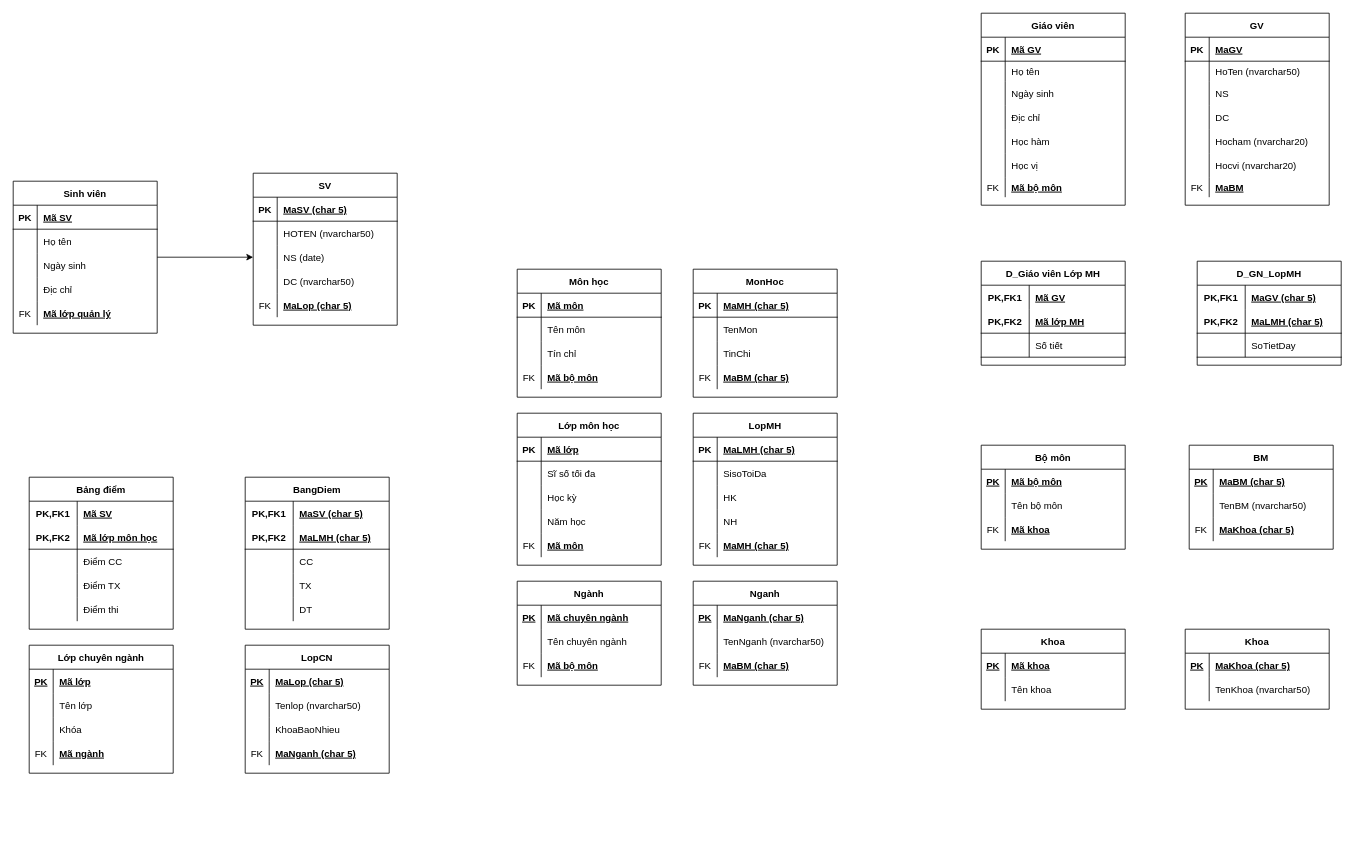
This is page "Page-3" (3 of 6) of ER-RE.drawio from VuDucNamvdn/NamSDL, a draw.io file, before an edit. Source tidied: cells renumbered, new cells numbered last; positions are measured from the earlier drawing's top-left corner, leaving out a move shared by most shapes. Both pictures are drawn from the tidied source at 80%, with x=0, y=0 at pixel (13, 13).
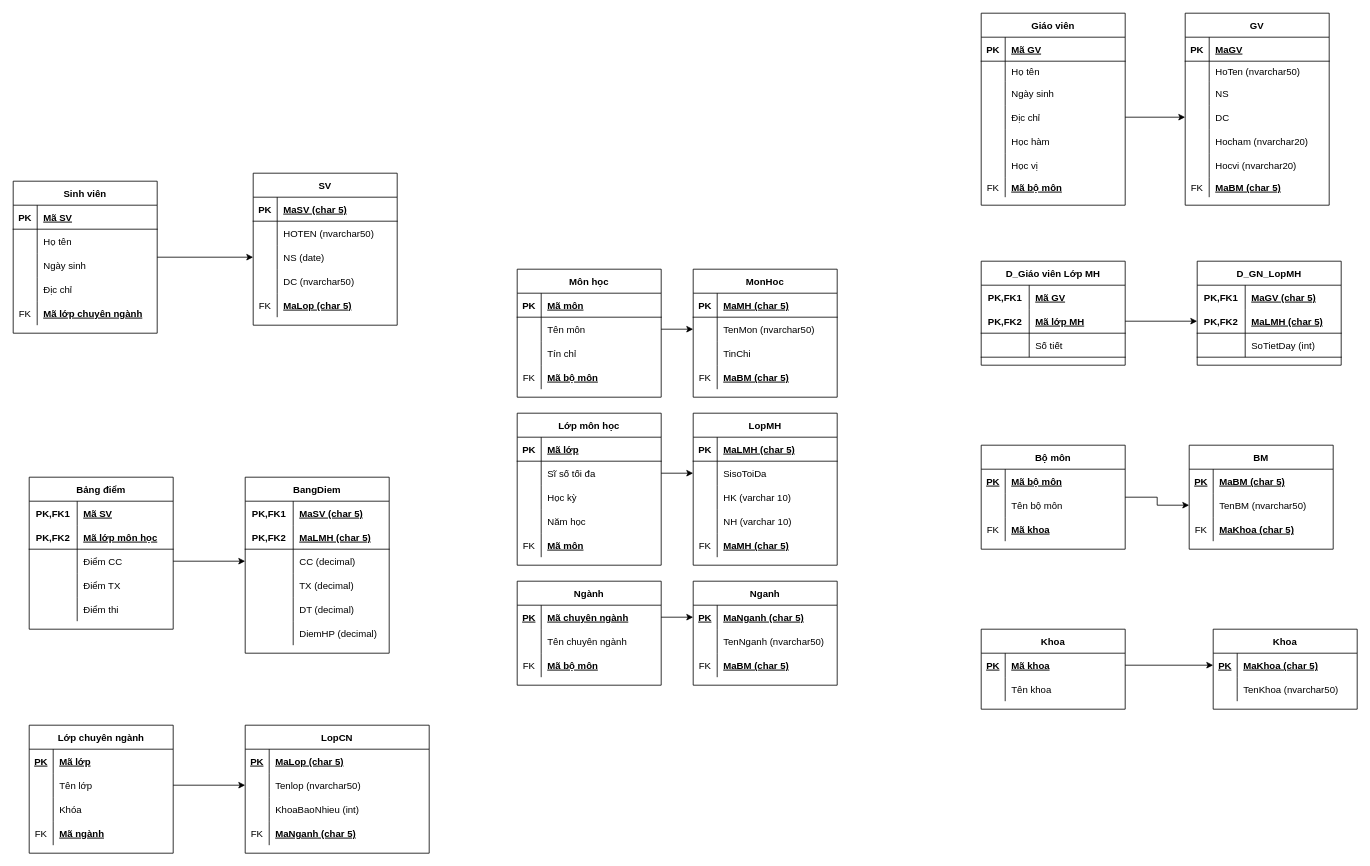
The same page after the edit.

The change refers to these unchanged cells:
```xml
<mxCell id="16" style="shape=partialRectangle;fillColor=none;top=0;left=0;bottom=0;right=0;" parent="3" vertex="1">
  <mxGeometry y="150" width="180" height="30" as="geometry" />
</mxCell>
<mxCell id="26" style="shape=partialRectangle;fillColor=none;top=0;left=0;bottom=0;right=0;points=[[0,0.5],[1,0.5]];portConstraint=eastwest;" parent="19" vertex="1">
  <mxGeometry y="90" width="180" height="30" as="geometry" />
</mxCell>
<mxCell id="39" style="shape=partialRectangle;fillColor=none;top=0;left=0;bottom=0;right=0;points=[[0,0.5],[1,0.5]];portConstraint=eastwest;" parent="35" vertex="1">
  <mxGeometry y="60" width="180" height="30" as="geometry" />
</mxCell>
<mxCell id="61" style="shape=partialRectangle;fillColor=none;top=0;left=0;bottom=0;right=0;points=[[0,0.5],[1,0.5]];portConstraint=eastwest;" parent="51" vertex="1">
  <mxGeometry y="115" width="180" height="30" as="geometry" />
</mxCell>
<mxCell id="77" style="shape=partialRectangle;fillColor=none;top=0;left=0;bottom=0;right=0;points=[[0,0.5],[1,0.5]];portConstraint=eastwest;" parent="73" vertex="1">
  <mxGeometry y="60" width="180" height="30" as="geometry" />
</mxCell>
<mxCell id="90" style="shape=partialRectangle;fillColor=none;top=0;left=0;bottom=1;right=0;points=[[0,0.5],[1,0.5]];portConstraint=eastwest;" parent="86" vertex="1">
  <mxGeometry y="60" width="180" height="30" as="geometry" />
</mxCell>
<mxCell id="96" value="Bộ môn" style="shape=table;startSize=30;childLayout=tableLayout;rowLines=0;fontStyle=1;align=center;" parent="1" vertex="1">
  <mxGeometry x="1210" y="540" width="180" height="130" as="geometry" />
</mxCell>
<mxCell id="107" style="shape=partialRectangle;fillColor=none;top=0;left=0;bottom=0;right=0;points=[[0,0.5],[1,0.5]];portConstraint=eastwest;" parent="106" vertex="1">
  <mxGeometry y="30" width="180" height="30" as="geometry" />
</mxCell>
<mxCell id="114" style="shape=partialRectangle;fillColor=none;top=0;left=0;bottom=0;right=0;points=[[0,0.5],[1,0.5]];portConstraint=eastwest;" parent="113" vertex="1">
  <mxGeometry y="30" width="180" height="30" as="geometry" />
</mxCell>
<mxCell id="127" style="shape=partialRectangle;fillColor=none;top=0;left=0;bottom=0;right=0;points=[[0,0.5],[1,0.5]];portConstraint=eastwest;" parent="123" vertex="1">
  <mxGeometry y="60" width="180" height="30" as="geometry" />
</mxCell>
<mxCell id="159" style="shape=partialRectangle;fillColor=none;top=0;left=0;bottom=0;right=0;points=[[0,0.5],[1,0.5]];portConstraint=eastwest;" parent="152" vertex="1">
  <mxGeometry y="90" width="180" height="30" as="geometry" />
</mxCell>
<mxCell id="162" style="shape=partialRectangle;fillColor=none;top=0;left=0;bottom=0;right=0;" parent="152" vertex="1">
  <mxGeometry y="120" width="180" height="30" as="geometry" />
</mxCell>
<mxCell id="165" style="shape=partialRectangle;fillColor=none;top=0;left=0;bottom=0;right=0;" parent="152" vertex="1">
  <mxGeometry y="150" width="180" height="30" as="geometry" />
</mxCell>
<mxCell id="185" style="shape=partialRectangle;fillColor=none;top=0;left=0;bottom=0;right=0;points=[[0,0.5],[1,0.5]];portConstraint=eastwest;" parent="181" vertex="1">
  <mxGeometry y="60" width="180" height="30" as="geometry" />
</mxCell>
<mxCell id="198" style="shape=partialRectangle;fillColor=none;top=0;left=0;bottom=0;right=0;points=[[0,0.5],[1,0.5]];portConstraint=eastwest;" parent="194" vertex="1">
  <mxGeometry y="60" width="180" height="30" as="geometry" />
</mxCell>
<mxCell id="201" style="shape=partialRectangle;fillColor=none;top=0;left=0;bottom=0;right=0;" parent="194" vertex="1">
  <mxGeometry y="90" width="180" height="30" as="geometry" />
</mxCell>
<mxCell id="204" style="shape=partialRectangle;fillColor=none;top=0;left=0;bottom=0;right=0;" parent="194" vertex="1">
  <mxGeometry y="120" width="180" height="30" as="geometry" />
</mxCell>
<mxCell id="211" style="shape=partialRectangle;fillColor=none;top=0;left=0;bottom=0;right=0;points=[[0,0.5],[1,0.5]];portConstraint=eastwest;" parent="210" vertex="1">
  <mxGeometry y="30" width="180" height="30" as="geometry" />
</mxCell>
<mxCell id="230" style="shape=partialRectangle;fillColor=none;top=0;left=0;bottom=0;right=0;points=[[0,0.5],[1,0.5]];portConstraint=eastwest;" parent="220" vertex="1">
  <mxGeometry y="115" width="180" height="30" as="geometry" />
</mxCell>
<mxCell id="239" style="shape=partialRectangle;fillColor=none;top=0;left=0;bottom=0;right=0;" parent="220" vertex="1">
  <mxGeometry y="205" width="180" height="25" as="geometry" />
</mxCell>
<mxCell id="246" style="shape=partialRectangle;fillColor=none;top=0;left=0;bottom=1;right=0;points=[[0,0.5],[1,0.5]];portConstraint=eastwest;" parent="242" vertex="1">
  <mxGeometry y="60" width="180" height="30" as="geometry" />
</mxCell>
<mxCell id="249" style="shape=partialRectangle;fillColor=none;top=0;left=0;bottom=1;right=0;" parent="242" vertex="1">
  <mxGeometry y="90" width="180" height="30" as="geometry" />
</mxCell>
<mxCell id="256" style="shape=partialRectangle;fillColor=none;top=0;left=0;bottom=0;right=0;points=[[0,0.5],[1,0.5]];portConstraint=eastwest;" parent="252" vertex="1">
  <mxGeometry y="60" width="180" height="30" as="geometry" />
</mxCell>
<mxCell id="263" style="shape=partialRectangle;fillColor=none;top=0;left=0;bottom=0;right=0;points=[[0,0.5],[1,0.5]];portConstraint=eastwest;" parent="262" vertex="1">
  <mxGeometry y="30" width="180" height="30" as="geometry" />
</mxCell>
```

Diff of the diagram source:
```diff
@@
-    <mxCell id="18" value="Mã lớp quản lý" style="shape=partialRectangle;fillColor=none;top=0;left=0;bottom=0;right=0;align=left;spacingLeft=6;overflow=hidden;fontStyle=5;" parent="16" vertex="1">
+    <mxCell id="18" value="Mã lớp chuyên ngành" style="shape=partialRectangle;fillColor=none;top=0;left=0;bottom=0;right=0;align=left;spacingLeft=6;overflow=hidden;fontStyle=5;" parent="16" vertex="1">
       <mxGeometry x="30" width="150" height="30" as="geometry" />
     </mxCell>
@@
+    <mxCell id="269" style="edgeStyle=orthogonalEdgeStyle;rounded=0;jettySize=auto;html=1;exitX=1;exitY=0.5;exitDx=0;exitDy=0;entryX=0;entryY=0.5;entryDx=0;entryDy=0;" parent="1" edge="1" source="96" target="256">
+      <mxGeometry relative="1" as="geometry" />
+    </mxCell>
@@
+    <mxCell id="270" style="edgeStyle=orthogonalEdgeStyle;rounded=0;jettySize=auto;html=1;exitX=1;exitY=0.5;exitDx=0;exitDy=0;entryX=0;entryY=0.5;entryDx=0;entryDy=0;" parent="1" edge="1" source="107" target="263">
+      <mxGeometry relative="1" as="geometry" />
+    </mxCell>
@@
     <mxCell id="123" value="Lớp chuyên ngành" style="shape=table;startSize=30;childLayout=tableLayout;rowLines=0;fontStyle=1;align=center;" parent="1" vertex="1">
-      <mxGeometry x="20" y="790" width="180" height="160" as="geometry" />
+      <mxGeometry x="20" y="890" width="180" height="160" as="geometry" />
     </mxCell>
@@
     <mxCell id="152" value="BangDiem" style="shape=table;startSize=30;childLayout=tableLayout;rowLines=0;fontStyle=1;align=center;" parent="1" vertex="1">
-      <mxGeometry x="290" y="580" width="180" height="190" as="geometry" />
+      <mxGeometry x="290" y="580" width="180" height="220" as="geometry" />
     </mxCell>
@@
-    <mxCell id="161" value="CC" style="shape=partialRectangle;fillColor=none;top=0;left=0;bottom=0;right=0;align=left;spacingLeft=6;overflow=hidden;" parent="159" vertex="1">
+    <mxCell id="161" value="CC (decimal)" style="shape=partialRectangle;fillColor=none;top=0;left=0;bottom=0;right=0;align=left;spacingLeft=6;overflow=hidden;" parent="159" vertex="1">
       <mxGeometry x="60" width="120" height="30" as="geometry" />
     </mxCell>
@@
-    <mxCell id="164" value="TX" style="shape=partialRectangle;fillColor=none;top=0;left=0;bottom=0;right=0;align=left;spacingLeft=6;overflow=hidden;" parent="162" vertex="1">
+    <mxCell id="164" value="TX (decimal)" style="shape=partialRectangle;fillColor=none;top=0;left=0;bottom=0;right=0;align=left;spacingLeft=6;overflow=hidden;" parent="162" vertex="1">
       <mxGeometry x="60" width="120" height="30" as="geometry" />
     </mxCell>
@@
-    <mxCell id="167" value="DT" style="shape=partialRectangle;fillColor=none;top=0;left=0;bottom=0;right=0;align=left;spacingLeft=6;overflow=hidden;" parent="165" vertex="1">
+    <mxCell id="167" value="DT (decimal)" style="shape=partialRectangle;fillColor=none;top=0;left=0;bottom=0;right=0;align=left;spacingLeft=6;overflow=hidden;" parent="165" vertex="1">
       <mxGeometry x="60" width="120" height="30" as="geometry" />
     </mxCell>
+    <mxCell id="271" style="shape=partialRectangle;fillColor=none;top=0;left=0;bottom=0;right=0;" parent="152" vertex="1">
+      <mxGeometry y="180" width="180" height="30" as="geometry" />
+    </mxCell>
+    <mxCell id="272" style="shape=partialRectangle;fillColor=none;top=0;left=0;bottom=0;right=0;overflow=hidden;" parent="271" vertex="1">
+      <mxGeometry width="60" height="30" as="geometry" />
+    </mxCell>
+    <mxCell id="273" value="DiemHP (decimal)" style="shape=partialRectangle;fillColor=none;top=0;left=0;bottom=0;right=0;align=left;spacingLeft=6;overflow=hidden;" parent="271" vertex="1">
+      <mxGeometry x="60" width="120" height="30" as="geometry" />
+    </mxCell>
     <mxCell id="168" value="LopCN" style="shape=table;startSize=30;childLayout=tableLayout;rowLines=0;fontStyle=1;align=center;" parent="1" vertex="1">
-      <mxGeometry x="290" y="790" width="180" height="160" as="geometry" />
+      <mxGeometry x="290" y="890" width="230" height="160" as="geometry" />
     </mxCell>
     <mxCell id="169" style="shape=partialRectangle;fillColor=none;top=0;left=0;bottom=0;right=0;" parent="168" vertex="1">
-      <mxGeometry y="30" width="180" height="30" as="geometry" />
+      <mxGeometry y="30" width="230" height="30" as="geometry" />
     </mxCell>
@@
     <mxCell id="171" value="MaLop (char 5)" style="shape=partialRectangle;fillColor=none;top=0;left=0;bottom=0;right=0;align=left;spacingLeft=6;overflow=hidden;fontStyle=5;" parent="169" vertex="1">
-      <mxGeometry x="30" width="150" height="30" as="geometry" />
+      <mxGeometry x="30" width="200" height="30" as="geometry" />
     </mxCell>
     <mxCell id="172" style="shape=partialRectangle;fillColor=none;top=0;left=0;bottom=0;right=0;points=[[0,0.5],[1,0.5]];portConstraint=eastwest;" parent="168" vertex="1">
-      <mxGeometry y="60" width="180" height="30" as="geometry" />
+      <mxGeometry y="60" width="230" height="30" as="geometry" />
     </mxCell>
@@
     <mxCell id="174" value="Tenlop (nvarchar50)" style="shape=partialRectangle;fillColor=none;top=0;left=0;bottom=0;right=0;align=left;spacingLeft=6;overflow=hidden;" parent="172" vertex="1">
-      <mxGeometry x="30" width="150" height="30" as="geometry" />
+      <mxGeometry x="30" width="200" height="30" as="geometry" />
     </mxCell>
     <mxCell id="175" style="shape=partialRectangle;fillColor=none;top=0;left=0;bottom=0;right=0;" parent="168" vertex="1">
-      <mxGeometry y="90" width="180" height="30" as="geometry" />
+      <mxGeometry y="90" width="230" height="30" as="geometry" />
     </mxCell>
@@
-    <mxCell id="177" value="KhoaBaoNhieu" style="shape=partialRectangle;fillColor=none;top=0;left=0;bottom=0;right=0;align=left;spacingLeft=6;overflow=hidden;fontStyle=0;" parent="175" vertex="1">
-      <mxGeometry x="30" width="150" height="30" as="geometry" />
+    <mxCell id="177" value="KhoaBaoNhieu (int)" style="shape=partialRectangle;fillColor=none;top=0;left=0;bottom=0;right=0;align=left;spacingLeft=6;overflow=hidden;fontStyle=0;" parent="175" vertex="1">
+      <mxGeometry x="30" width="200" height="30" as="geometry" />
     </mxCell>
     <mxCell id="178" style="shape=partialRectangle;fillColor=none;top=0;left=0;bottom=0;right=0;" parent="168" vertex="1">
-      <mxGeometry y="120" width="180" height="30" as="geometry" />
+      <mxGeometry y="120" width="230" height="30" as="geometry" />
     </mxCell>
@@
     <mxCell id="180" value="MaNganh (char 5)" style="shape=partialRectangle;fillColor=none;top=0;left=0;bottom=0;right=0;align=left;spacingLeft=6;overflow=hidden;fontStyle=5;" parent="178" vertex="1">
-      <mxGeometry x="30" width="150" height="30" as="geometry" />
+      <mxGeometry x="30" width="200" height="30" as="geometry" />
     </mxCell>
@@
-    <mxCell id="187" value="TenMon" style="shape=partialRectangle;fillColor=none;top=0;left=0;bottom=0;right=0;align=left;spacingLeft=6;overflow=hidden;" parent="185" vertex="1">
+    <mxCell id="187" value="TenMon (nvarchar50)" style="shape=partialRectangle;fillColor=none;top=0;left=0;bottom=0;right=0;align=left;spacingLeft=6;overflow=hidden;" parent="185" vertex="1">
       <mxGeometry x="30" width="150" height="30" as="geometry" />
     </mxCell>
@@
-    <mxCell id="203" value="HK" style="shape=partialRectangle;fillColor=none;top=0;left=0;bottom=0;right=0;align=left;spacingLeft=6;overflow=hidden;fontStyle=0;" parent="201" vertex="1">
+    <mxCell id="203" value="HK (varchar 10)" style="shape=partialRectangle;fillColor=none;top=0;left=0;bottom=0;right=0;align=left;spacingLeft=6;overflow=hidden;fontStyle=0;" parent="201" vertex="1">
       <mxGeometry x="30" width="150" height="30" as="geometry" />
     </mxCell>
@@
-    <mxCell id="206" value="NH" style="shape=partialRectangle;fillColor=none;top=0;left=0;bottom=0;right=0;align=left;spacingLeft=6;overflow=hidden;fontStyle=0;" parent="204" vertex="1">
+    <mxCell id="206" value="NH (varchar 10)" style="shape=partialRectangle;fillColor=none;top=0;left=0;bottom=0;right=0;align=left;spacingLeft=6;overflow=hidden;fontStyle=0;" parent="204" vertex="1">
       <mxGeometry x="30" width="150" height="30" as="geometry" />
     </mxCell>
@@
-    <mxCell id="241" value="MaBM" style="shape=partialRectangle;fillColor=none;top=0;left=0;bottom=0;right=0;align=left;spacingLeft=6;overflow=hidden;fontStyle=5;" parent="239" vertex="1">
+    <mxCell id="241" value="MaBM (char 5)" style="shape=partialRectangle;fillColor=none;top=0;left=0;bottom=0;right=0;align=left;spacingLeft=6;overflow=hidden;fontStyle=5;" parent="239" vertex="1">
       <mxGeometry x="30" width="150" height="25" as="geometry" />
     </mxCell>
@@
-    <mxCell id="251" value="SoTietDay" style="shape=partialRectangle;fillColor=none;top=0;left=0;bottom=0;right=0;align=left;spacingLeft=6;fontStyle=0;overflow=hidden;" parent="249" vertex="1">
+    <mxCell id="251" value="SoTietDay (int)" style="shape=partialRectangle;fillColor=none;top=0;left=0;bottom=0;right=0;align=left;spacingLeft=6;fontStyle=0;overflow=hidden;" parent="249" vertex="1">
       <mxGeometry x="60" width="120" height="30" as="geometry" />
     </mxCell>
@@
     <mxCell id="262" value="Khoa" style="shape=table;startSize=30;childLayout=tableLayout;rowLines=0;fontStyle=1;align=center;" parent="1" vertex="1">
-      <mxGeometry x="1465" y="770" width="180" height="100" as="geometry" />
+      <mxGeometry x="1500" y="770" width="180" height="100" as="geometry" />
     </mxCell>
@@
+    <mxCell id="274" style="edgeStyle=orthogonalEdgeStyle;rounded=0;jettySize=auto;html=1;exitX=1;exitY=0.5;exitDx=0;exitDy=0;entryX=0;entryY=0.5;entryDx=0;entryDy=0;" parent="1" edge="1" source="26" target="159">
+      <mxGeometry relative="1" as="geometry" />
+    </mxCell>
+    <mxCell id="275" style="edgeStyle=orthogonalEdgeStyle;rounded=0;jettySize=auto;html=1;exitX=1;exitY=0.5;exitDx=0;exitDy=0;entryX=0;entryY=0.5;entryDx=0;entryDy=0;" parent="1" edge="1" source="77" target="185">
+      <mxGeometry relative="1" as="geometry" />
+    </mxCell>
+    <mxCell id="276" style="edgeStyle=orthogonalEdgeStyle;rounded=0;jettySize=auto;html=1;exitX=1;exitY=0.5;exitDx=0;exitDy=0;entryX=0;entryY=0.5;entryDx=0;entryDy=0;" parent="1" edge="1" source="39" target="198">
+      <mxGeometry relative="1" as="geometry" />
+    </mxCell>
+    <mxCell id="277" style="edgeStyle=orthogonalEdgeStyle;rounded=0;jettySize=auto;html=1;exitX=1;exitY=0.5;exitDx=0;exitDy=0;entryX=0;entryY=0.5;entryDx=0;entryDy=0;" parent="1" edge="1" source="114" target="211">
+      <mxGeometry relative="1" as="geometry" />
+    </mxCell>
+    <mxCell id="278" style="edgeStyle=orthogonalEdgeStyle;rounded=0;jettySize=auto;html=1;exitX=1;exitY=0.5;exitDx=0;exitDy=0;entryX=0;entryY=0.5;entryDx=0;entryDy=0;" parent="1" edge="1" source="90" target="246">
+      <mxGeometry relative="1" as="geometry" />
+    </mxCell>
+    <mxCell id="279" style="edgeStyle=orthogonalEdgeStyle;rounded=0;jettySize=auto;html=1;exitX=1;exitY=0.5;exitDx=0;exitDy=0;entryX=0;entryY=0.5;entryDx=0;entryDy=0;" parent="1" edge="1" source="61" target="230">
+      <mxGeometry relative="1" as="geometry" />
+    </mxCell>
+    <mxCell id="280" style="edgeStyle=orthogonalEdgeStyle;rounded=0;jettySize=auto;html=1;exitX=1;exitY=0.5;exitDx=0;exitDy=0;entryX=0;entryY=0.5;entryDx=0;entryDy=0;" parent="1" edge="1" source="127" target="172">
+      <mxGeometry relative="1" as="geometry" />
+    </mxCell>
```
